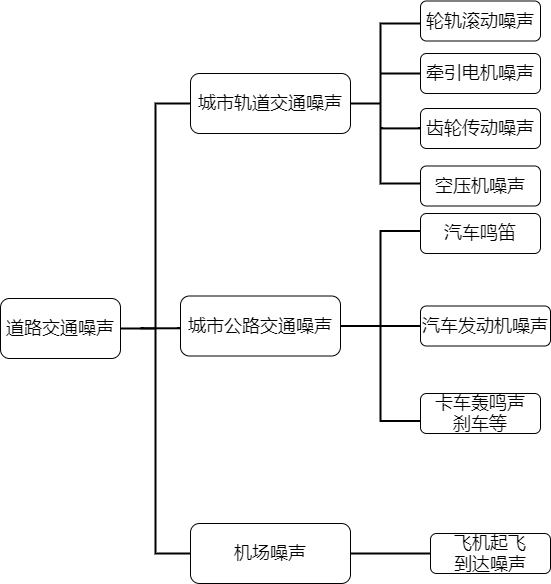
Above: 道路交通噪声分类.png in lhwjsj/Diagram (draw.io), before the change. Source tidied: cells renumbered, new cells last; positions are measured from the earlier drawing's top-left corner, leaving out a move shared by most shapes.
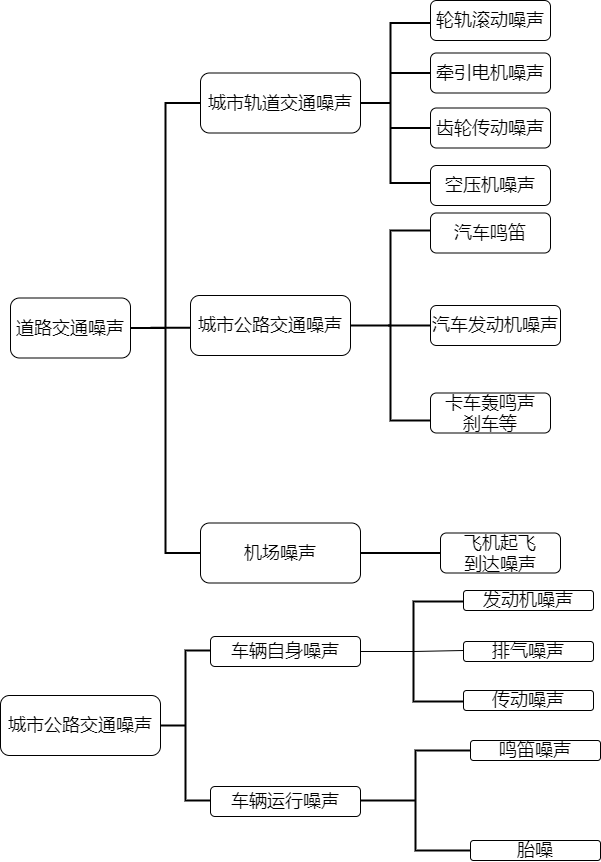
The same diagram one commit later.

Commit message:
Update 道路交通噪声分类.png

What changed in the source:
```diff
@@ -80,5 +80,46 @@
     <mxCell id="21" style="endArrow=none;html=1;entryX=0;entryY=0.5;entryDx=0;entryDy=0;exitX=0.475;exitY=0.5;exitDx=0;exitDy=0;exitPerimeter=0;strokeWidth=2;" parent="1" edge="1" source="15" target="17">
       <mxGeometry relative="1" as="geometry" />
     </mxCell>
+    <mxCell id="22" value="&lt;span style=&quot;font-size: 18px&quot;&gt;城市公路交通噪声&lt;/span&gt;" style="rounded=1;whiteSpace=wrap;html=1;" parent="1" vertex="1">
+      <mxGeometry x="-10" y="694.5" width="160" height="60" as="geometry" />
+    </mxCell>
+    <mxCell id="23" style="strokeWidth=2;html=1;shape=mxgraph.flowchart.annotation_2;align=left;labelPosition=right;" parent="1" vertex="1">
+      <mxGeometry x="150" y="649.5" width="50" height="150" as="geometry" />
+    </mxCell>
+    <mxCell id="24" value="&lt;span style=&quot;font-size: 18px&quot;&gt;车辆自身噪声&lt;/span&gt;" style="rounded=1;whiteSpace=wrap;html=1;" parent="1" vertex="1">
+      <mxGeometry x="200" y="635.5" width="150" height="30" as="geometry" />
+    </mxCell>
+    <mxCell id="25" value="&lt;span style=&quot;font-size: 18px&quot;&gt;车辆运行噪声&lt;/span&gt;" style="rounded=1;whiteSpace=wrap;html=1;" parent="1" vertex="1">
+      <mxGeometry x="200" y="785.5" width="150" height="30" as="geometry" />
+    </mxCell>
+    <mxCell id="26" style="strokeWidth=2;html=1;shape=mxgraph.flowchart.annotation_1;align=left;" parent="1" vertex="1">
+      <mxGeometry x="403" y="600.5" width="50" height="100" as="geometry" />
+    </mxCell>
+    <mxCell id="27" value="&lt;font style=&quot;font-size: 18px&quot;&gt;发动机噪声&lt;/font&gt;" style="rounded=1;whiteSpace=wrap;html=1;" parent="1" vertex="1">
+      <mxGeometry x="453" y="589.5" width="130" height="20" as="geometry" />
+    </mxCell>
+    <mxCell id="28" value="&lt;font style=&quot;font-size: 18px&quot;&gt;排气噪声&lt;/font&gt;" style="rounded=1;whiteSpace=wrap;html=1;" parent="1" vertex="1">
+      <mxGeometry x="453" y="640.5" width="130" height="20" as="geometry" />
+    </mxCell>
+    <mxCell id="29" value="&lt;font style=&quot;font-size: 18px&quot;&gt;传动噪声&lt;/font&gt;" style="rounded=1;whiteSpace=wrap;html=1;" parent="1" vertex="1">
+      <mxGeometry x="453" y="689.5" width="130" height="20" as="geometry" />
+    </mxCell>
+    <mxCell id="30" style="endArrow=none;html=1;exitX=0;exitY=0.5;exitDx=0;exitDy=0;exitPerimeter=0;" parent="1" edge="1" source="26">
+      <mxGeometry relative="1" as="geometry">
+        <mxPoint x="453" y="649.5" as="targetPoint" />
+      </mxGeometry>
+    </mxCell>
+    <mxCell id="31" style="endArrow=none;html=1;entryX=0;entryY=0.5;entryDx=0;entryDy=0;entryPerimeter=0;exitX=1;exitY=0.5;exitDx=0;exitDy=0;" parent="1" edge="1" source="24" target="26">
+      <mxGeometry relative="1" as="geometry" />
+    </mxCell>
+    <mxCell id="32" style="strokeWidth=2;html=1;shape=mxgraph.flowchart.annotation_2;align=left;labelPosition=right;" parent="1" vertex="1">
+      <mxGeometry x="350" y="749.5" width="110" height="100" as="geometry" />
+    </mxCell>
+    <mxCell id="33" value="&lt;font style=&quot;font-size: 18px&quot;&gt;鸣笛噪声&lt;/font&gt;" style="rounded=1;whiteSpace=wrap;html=1;" parent="1" vertex="1">
+      <mxGeometry x="460" y="739.5" width="130" height="20" as="geometry" />
+    </mxCell>
+    <mxCell id="34" value="&lt;font style=&quot;font-size: 18px&quot;&gt;胎噪&lt;/font&gt;" style="rounded=1;whiteSpace=wrap;html=1;" parent="1" vertex="1">
+      <mxGeometry x="460" y="839.5" width="130" height="20" as="geometry" />
+    </mxCell>
   </root>
 </mxGraphModel>
```
